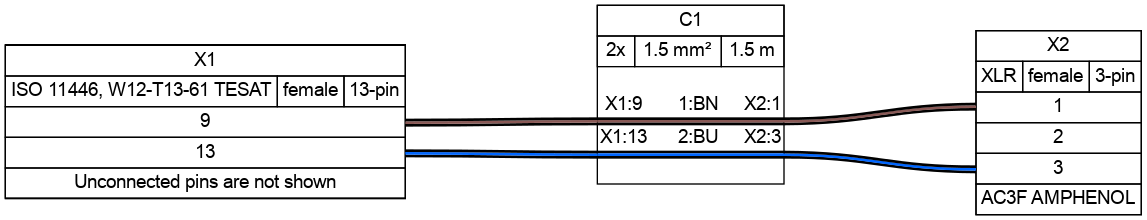
Earlier version of the Graphviz export doc/power_input_cable/power_input.png (ODZ-UJF-AV-CR/CRREAT_cars). Its source is kept beside it as doc/power_input_cable/power_input.gv.
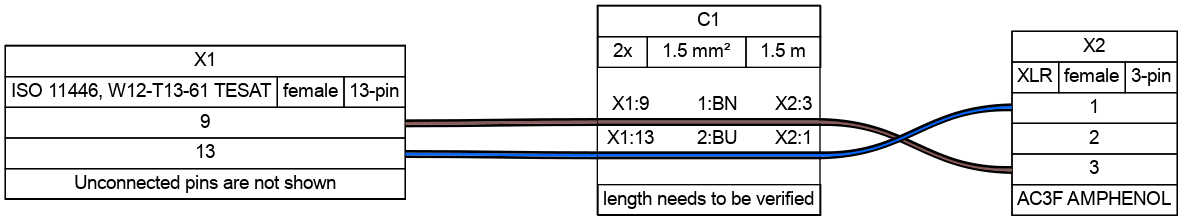
After the change.

Diff of the diagram source:
```diff
@@ -69,10 +69,10 @@
 > fillcolor="#FFFFFF" shape=box style=filled]
 	edge [color="#000000:#895956:#000000"]
 	X1:p9r:e -- C1:w1:w
-	C1:w1:e -- X2:p1l:w
+	C1:w1:e -- X2:p3l:w
 	edge [color="#000000:#0066ff:#000000"]
 	X1:p13r:e -- C1:w2:w
-	C1:w2:e -- X2:p3l:w
+	C1:w2:e -- X2:p1l:w
 	C1 [label=<
 <table border="0" cellspacing="0" cellpadding="0">
  <tr><td>
@@ -95,7 +95,7 @@
     <td>
      1:BN
     </td>
-    <td>X2:1</td>
+    <td>X2:3</td>
    </tr>
    <tr>
     <td colspan="3" border="0" cellspacing="0" cellpadding="0" port="w1" height="6">
@@ -111,7 +111,7 @@
     <td>
      2:BU
     </td>
-    <td>X2:3</td>
+    <td>X2:1</td>
    </tr>
    <tr>
     <td colspan="3" border="0" cellspacing="0" cellpadding="0" port="w2" height="6">
@@ -125,6 +125,11 @@
    <tr><td>&nbsp;</td></tr>
   </table>
  </td></tr>
+ <tr><td>
+  <table border="0" cellspacing="0" cellpadding="3" cellborder="1"><tr>
+   <td balign="left">length needs to be verified</td>
+  </tr></table>
+ </td></tr>
 </table>
 > fillcolor="#FFFFFF" shape=box style=filled]
 }
```
